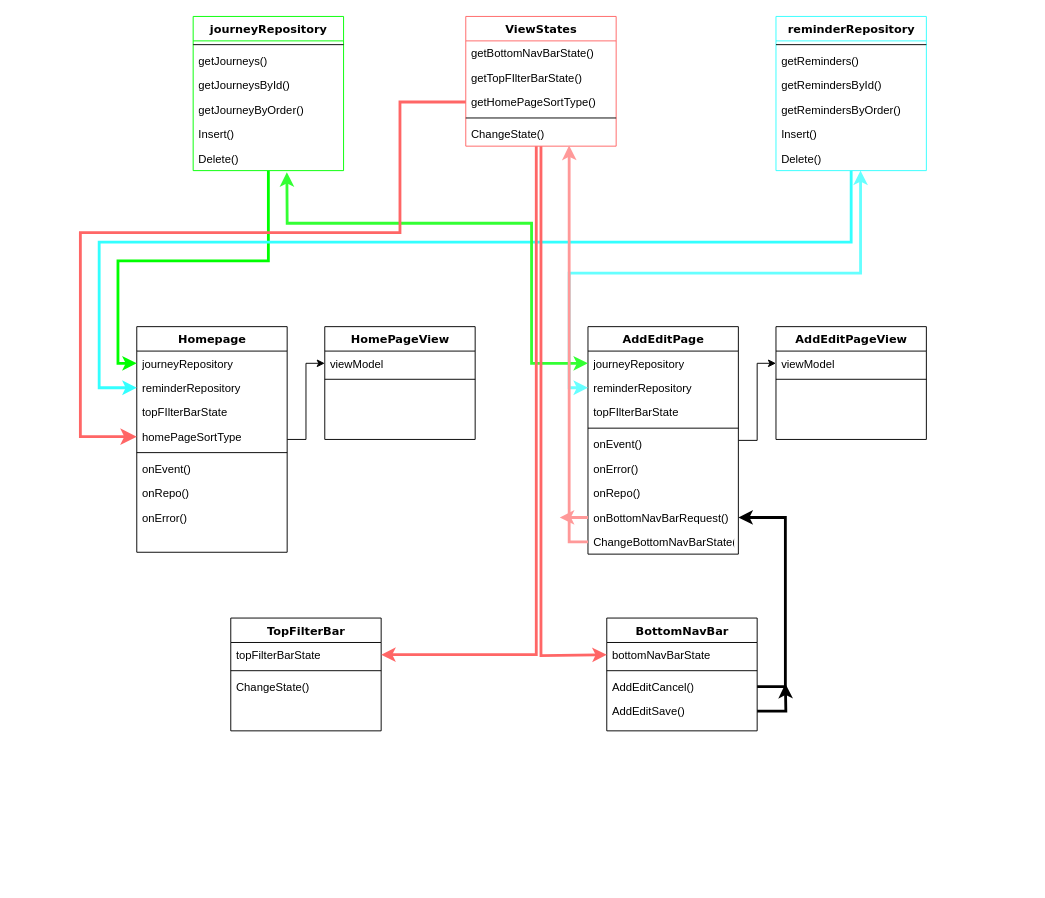
The draw.io diagram Dater_2.drawio in kanusukA/Notes, before the edit. Source tidied: cells renumbered, new cells numbered last; positions are measured from the earlier drawing's top-left corner, leaving out a move shared by most shapes. Both pictures are drawn from the tidied source at 94%, with x=0, y=0 at pixel (80, 16).
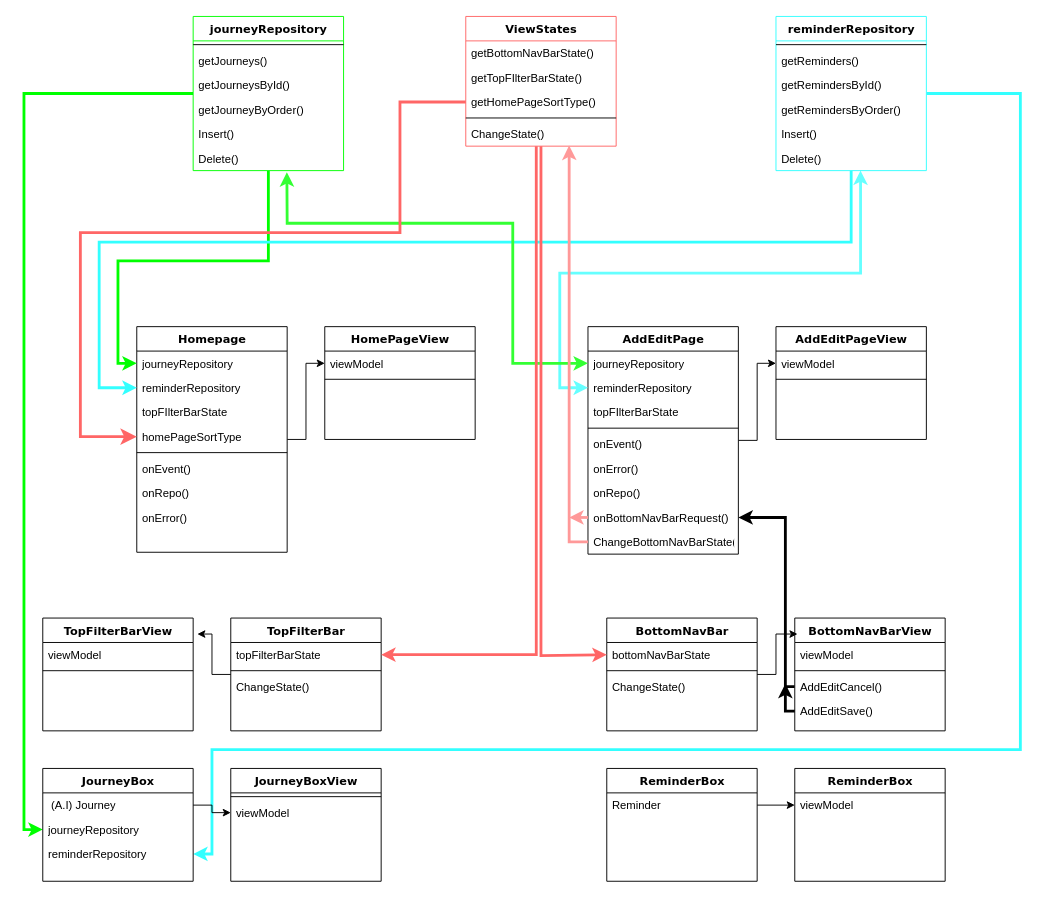
After the change.

Unchanged cells that the change refers to:
```xml
<mxCell id="13" value="AddEditPage" style="swimlane;html=1;fontStyle=1;align=center;verticalAlign=top;horizontal=1;startSize=26;swimlaneFillColor=#ffffff;rounded=0;shadow=0;comic=0;labelBackgroundColor=none;strokeWidth=1;fillColor=none;fontFamily=Verdana;fontSize=12;" parent="1" vertex="1">
  <mxGeometry x="540" y="330" width="160" height="242" as="geometry" />
</mxCell>
<mxCell id="14" value="journeyRepository" style="text;html=1;strokeColor=none;fillColor=none;align=left;verticalAlign=top;spacingLeft=4;spacingRight=4;whiteSpace=wrap;overflow=hidden;points=[[0,0.5],[1,0.5]];portConstraint=eastwest;" parent="13" vertex="1">
  <mxGeometry y="26" width="160" height="26" as="geometry" />
</mxCell>
<mxCell id="15" value="reminderRepository" style="text;html=1;strokeColor=none;fillColor=none;align=left;verticalAlign=top;spacingLeft=4;spacingRight=4;whiteSpace=wrap;overflow=hidden;points=[[0,0.5],[1,0.5]];portConstraint=eastwest;" parent="13" vertex="1">
  <mxGeometry y="52" width="160" height="26" as="geometry" />
</mxCell>
<mxCell id="22" value="onBottomNavBarRequest()" style="text;html=1;strokeColor=none;fillColor=none;align=left;verticalAlign=top;spacingLeft=4;spacingRight=4;whiteSpace=wrap;overflow=hidden;points=[[0,0.5],[1,0.5]];portConstraint=eastwest;" parent="13" vertex="1">
  <mxGeometry y="190" width="160" height="26" as="geometry" />
</mxCell>
<mxCell id="24" value="BottomNavBar" style="swimlane;html=1;fontStyle=1;align=center;verticalAlign=top;horizontal=1;startSize=26;swimlaneFillColor=#ffffff;rounded=0;shadow=0;comic=0;labelBackgroundColor=none;strokeWidth=1;fillColor=none;fontFamily=Verdana;fontSize=12;" parent="1" vertex="1">
  <mxGeometry x="560" y="640" width="160" height="120" as="geometry" />
</mxCell>
<mxCell id="30" value="TopFilterBar" style="swimlane;html=1;fontStyle=1;align=center;verticalAlign=top;horizontal=1;startSize=26;swimlaneFillColor=#ffffff;rounded=0;shadow=0;comic=0;labelBackgroundColor=none;strokeWidth=1;fillColor=none;fontFamily=Verdana;fontSize=12;" parent="1" vertex="1">
  <mxGeometry x="160" y="640" width="160" height="120" as="geometry" />
</mxCell>
<mxCell id="41" value="journeyRepository" style="swimlane;html=1;fontStyle=1;align=center;verticalAlign=top;horizontal=1;startSize=26;swimlaneFillColor=#ffffff;rounded=0;shadow=0;comic=0;labelBackgroundColor=none;strokeWidth=1;fillColor=none;fontFamily=Verdana;fontSize=12;strokeColor=#00FF00;" parent="1" vertex="1">
  <mxGeometry x="120" width="160" height="164" as="geometry" />
</mxCell>
<mxCell id="47" value="Delete()" style="text;html=1;strokeColor=none;fillColor=none;align=left;verticalAlign=top;spacingLeft=4;spacingRight=4;whiteSpace=wrap;overflow=hidden;points=[[0,0.5],[1,0.5]];portConstraint=eastwest;" parent="41" vertex="1">
  <mxGeometry y="138" width="160" height="26" as="geometry" />
</mxCell>
<mxCell id="50" value="reminderRepository" style="swimlane;html=1;fontStyle=1;align=center;verticalAlign=top;horizontal=1;startSize=26;swimlaneFillColor=#ffffff;rounded=0;shadow=0;comic=0;labelBackgroundColor=none;strokeWidth=1;fillColor=none;fontFamily=Verdana;fontSize=12;strokeColor=#33FFFF;" parent="1" vertex="1">
  <mxGeometry x="740" width="160" height="164" as="geometry" />
</mxCell>
```

Diff of the diagram source:
```diff
@@
     <mxCell id="21" style="edgeStyle=orthogonalEdgeStyle;rounded=0;jettySize=auto;html=1;strokeWidth=3;strokeColor=#FF9999;" parent="13" edge="1" source="22">
       <mxGeometry relative="1" as="geometry">
-        <mxPoint x="-30" y="203" as="targetPoint" />
+        <mxPoint x="-20" y="203" as="targetPoint" />
       </mxGeometry>
     </mxCell>
@@
-    <mxCell id="27" value="AddEditCancel()" style="text;html=1;strokeColor=none;fillColor=none;align=left;verticalAlign=top;spacingLeft=4;spacingRight=4;whiteSpace=wrap;overflow=hidden;points=[[0,0.5],[1,0.5]];portConstraint=eastwest;" parent="24" vertex="1">
-      <mxGeometry y="60" width="160" height="26" as="geometry" />
-    </mxCell>
-    <mxCell id="28" style="edgeStyle=orthogonalEdgeStyle;rounded=0;jettySize=auto;html=1;strokeWidth=3;" parent="24" edge="1" source="29">
-      <mxGeometry relative="1" as="geometry">
-        <mxPoint x="190" y="70" as="targetPoint" />
-      </mxGeometry>
-    </mxCell>
-    <mxCell id="29" value="AddEditSave()" style="text;html=1;strokeColor=none;fillColor=none;align=left;verticalAlign=top;spacingLeft=4;spacingRight=4;whiteSpace=wrap;overflow=hidden;points=[[0,0.5],[1,0.5]];portConstraint=eastwest;" parent="24" vertex="1">
-      <mxGeometry y="86" width="160" height="26" as="geometry" />
-    </mxCell>
+    <mxCell id="69" value="ChangeState()" style="text;html=1;strokeColor=none;fillColor=none;align=left;verticalAlign=top;spacingLeft=4;spacingRight=4;whiteSpace=wrap;overflow=hidden;" parent="24" vertex="1">
+      <mxGeometry y="60" width="160" height="26" as="geometry" />
+    </mxCell>
@@
+    <mxCell id="70" style="edgeStyle=orthogonalEdgeStyle;rounded=0;jettySize=auto;html=1;entryX=0;entryY=0.5;entryDx=0;entryDy=0;strokeWidth=3;strokeColor=#00FF00;" parent="1" edge="1" source="41" target="83">
+      <mxGeometry relative="1" as="geometry">
+        <Array as="points">
+          <mxPoint x="-60" y="82" />
+          <mxPoint x="-60" y="865" />
+        </Array>
+      </mxGeometry>
+    </mxCell>
@@
     <mxCell id="48" style="edgeStyle=orthogonalEdgeStyle;rounded=0;jettySize=auto;html=1;entryX=0;entryY=0.5;entryDx=0;entryDy=0;strokeColor=#66FFFF;startArrow=classic;startFill=1;strokeWidth=3;" parent="1" edge="1" source="50" target="15">
       <mxGeometry relative="1" as="geometry">
         <Array as="points">
           <mxPoint x="830" y="273" />
-          <mxPoint x="520" y="273" />
-          <mxPoint x="520" y="395" />
+          <mxPoint x="510" y="273" />
+          <mxPoint x="510" y="395" />
         </Array>
       </mxGeometry>
     </mxCell>
@@
+    <mxCell id="71" style="edgeStyle=orthogonalEdgeStyle;rounded=0;jettySize=auto;html=1;entryX=1;entryY=0.5;entryDx=0;entryDy=0;strokeWidth=3;strokeColor=#33FFFF;" parent="1" edge="1" source="50" target="84">
+      <mxGeometry relative="1" as="geometry">
+        <Array as="points">
+          <mxPoint x="1000" y="82" />
+          <mxPoint x="1000" y="780" />
+          <mxPoint x="140" y="780" />
+          <mxPoint x="140" y="891" />
+        </Array>
+      </mxGeometry>
+    </mxCell>
@@
     <mxCell id="57" style="endArrow=classic;startArrow=classic;html=1;rounded=0;entryX=0;entryY=0.5;entryDx=0;entryDy=0;exitX=0.623;exitY=1.063;exitDx=0;exitDy=0;strokeWidth=3;strokeColor=#33FF33;exitPerimeter=0;" parent="1" edge="1" source="47" target="14">
       <mxGeometry relative="1" as="geometry">
         <Array as="points">
           <mxPoint x="220" y="220" />
           <mxPoint x="360" y="220" />
-          <mxPoint x="480" y="220" />
-          <mxPoint x="480" y="369" />
+          <mxPoint x="460" y="220" />
+          <mxPoint x="460" y="300" />
+          <mxPoint x="460" y="369" />
         </Array>
       </mxGeometry>
     </mxCell>
@@
+    <mxCell id="72" value="TopFilterBarView&lt;br&gt;" style="swimlane;html=1;fontStyle=1;align=center;verticalAlign=top;horizontal=1;startSize=26;swimlaneFillColor=#ffffff;rounded=0;shadow=0;comic=0;labelBackgroundColor=none;strokeWidth=1;fillColor=none;fontFamily=Verdana;fontSize=12;" parent="1" vertex="1">
+      <mxGeometry x="-40" y="640" width="160" height="120" as="geometry" />
+    </mxCell>
+    <mxCell id="73" value="viewModel" style="text;html=1;strokeColor=none;fillColor=none;align=left;verticalAlign=top;spacingLeft=4;spacingRight=4;whiteSpace=wrap;overflow=hidden;" parent="72" vertex="1">
+      <mxGeometry y="26" width="160" height="26" as="geometry" />
+    </mxCell>
+    <mxCell id="74" style="line;html=1;strokeWidth=1;fillColor=none;align=left;verticalAlign=middle;spacingTop=-1;spacingLeft=3;spacingRight=3;labelPosition=right;" parent="72" vertex="1">
+      <mxGeometry y="52" width="160" height="8" as="geometry" />
+    </mxCell>
+    <mxCell id="75" style="edgeStyle=orthogonalEdgeStyle;rounded=0;jettySize=auto;html=1;entryX=1.028;entryY=0.142;entryDx=0;entryDy=0;entryPerimeter=0;" parent="1" edge="1" source="30" target="72">
+      <mxGeometry relative="1" as="geometry" />
+    </mxCell>
+    <mxCell id="76" value="BottomNavBarView&lt;br&gt;" style="swimlane;html=1;fontStyle=1;align=center;verticalAlign=top;horizontal=1;startSize=26;swimlaneFillColor=#ffffff;rounded=0;shadow=0;comic=0;labelBackgroundColor=none;strokeWidth=1;fillColor=none;fontFamily=Verdana;fontSize=12;" parent="1" vertex="1">
+      <mxGeometry x="760" y="640" width="160" height="120" as="geometry" />
+    </mxCell>
+    <mxCell id="77" value="viewModel&lt;br&gt;" style="text;html=1;strokeColor=none;fillColor=none;align=left;verticalAlign=top;spacingLeft=4;spacingRight=4;whiteSpace=wrap;overflow=hidden;" parent="76" vertex="1">
+      <mxGeometry y="26" width="160" height="26" as="geometry" />
+    </mxCell>
+    <mxCell id="78" style="line;html=1;strokeWidth=1;fillColor=none;align=left;verticalAlign=middle;spacingTop=-1;spacingLeft=3;spacingRight=3;labelPosition=right;" parent="76" vertex="1">
+      <mxGeometry y="52" width="160" height="8" as="geometry" />
+    </mxCell>
+    <mxCell id="27" value="AddEditCancel()" style="text;html=1;strokeColor=none;fillColor=none;align=left;verticalAlign=top;spacingLeft=4;spacingRight=4;whiteSpace=wrap;overflow=hidden;points=[[0,0.5],[1,0.5]];portConstraint=eastwest;" parent="76" vertex="1">
+      <mxGeometry y="60" width="160" height="26" as="geometry" />
+    </mxCell>
+    <mxCell id="79" style="edgeStyle=orthogonalEdgeStyle;rounded=0;jettySize=auto;html=1;strokeWidth=3;" parent="76" edge="1" source="29">
+      <mxGeometry relative="1" as="geometry">
+        <mxPoint x="-10" y="70" as="targetPoint" />
+        <Array as="points">
+          <mxPoint x="-10" y="99" />
+        </Array>
+      </mxGeometry>
+    </mxCell>
+    <mxCell id="29" value="AddEditSave()" style="text;html=1;strokeColor=none;fillColor=none;align=left;verticalAlign=top;spacingLeft=4;spacingRight=4;whiteSpace=wrap;overflow=hidden;points=[[0,0.5],[1,0.5]];portConstraint=eastwest;" parent="76" vertex="1">
+      <mxGeometry y="86" width="160" height="26" as="geometry" />
+    </mxCell>
+    <mxCell id="80" style="edgeStyle=orthogonalEdgeStyle;rounded=0;jettySize=auto;html=1;entryX=0.018;entryY=0.142;entryDx=0;entryDy=0;entryPerimeter=0;" parent="1" edge="1" source="24" target="76">
+      <mxGeometry relative="1" as="geometry" />
+    </mxCell>
+    <mxCell id="81" value="JourneyBox" style="swimlane;html=1;fontStyle=1;align=center;verticalAlign=top;horizontal=1;startSize=26;swimlaneFillColor=#ffffff;rounded=0;shadow=0;comic=0;labelBackgroundColor=none;strokeWidth=1;fillColor=none;fontFamily=Verdana;fontSize=12;" parent="1" vertex="1">
+      <mxGeometry x="-40" y="800" width="160" height="120" as="geometry" />
+    </mxCell>
+    <mxCell id="82" value="&amp;nbsp;(A.I) Journey" style="text;html=1;strokeColor=none;fillColor=none;align=left;verticalAlign=top;spacingLeft=4;spacingRight=4;whiteSpace=wrap;overflow=hidden;points=[[0,0.5],[1,0.5]];portConstraint=eastwest;" parent="81" vertex="1">
+      <mxGeometry y="26" width="160" height="26" as="geometry" />
+    </mxCell>
+    <mxCell id="83" value="journeyRepository" style="text;html=1;strokeColor=none;fillColor=none;align=left;verticalAlign=top;spacingLeft=4;spacingRight=4;whiteSpace=wrap;overflow=hidden;points=[[0,0.5],[1,0.5]];portConstraint=eastwest;" parent="81" vertex="1">
+      <mxGeometry y="52" width="160" height="26" as="geometry" />
+    </mxCell>
+    <mxCell id="84" value="reminderRepository" style="text;html=1;strokeColor=none;fillColor=none;align=left;verticalAlign=top;spacingLeft=4;spacingRight=4;whiteSpace=wrap;overflow=hidden;points=[[0,0.5],[1,0.5]];portConstraint=eastwest;" parent="81" vertex="1">
+      <mxGeometry y="78" width="160" height="26" as="geometry" />
+    </mxCell>
+    <mxCell id="85" value="JourneyBoxView" style="swimlane;html=1;fontStyle=1;align=center;verticalAlign=top;horizontal=1;startSize=26;swimlaneFillColor=#ffffff;rounded=0;shadow=0;comic=0;labelBackgroundColor=none;strokeWidth=1;fillColor=none;fontFamily=Verdana;fontSize=12;" parent="1" vertex="1">
+      <mxGeometry x="160" y="800" width="160" height="120" as="geometry" />
+    </mxCell>
+    <mxCell id="86" style="line;html=1;strokeWidth=1;fillColor=none;align=left;verticalAlign=middle;spacingTop=-1;spacingLeft=3;spacingRight=3;labelPosition=right;" parent="85" vertex="1">
+      <mxGeometry y="26" width="160" height="8" as="geometry" />
+    </mxCell>
+    <mxCell id="87" value="viewModel" style="text;html=1;strokeColor=none;fillColor=none;align=left;verticalAlign=top;spacingLeft=4;spacingRight=4;whiteSpace=wrap;overflow=hidden;points=[[0,0.5],[1,0.5]];portConstraint=eastwest;" parent="85" vertex="1">
+      <mxGeometry y="34" width="160" height="26" as="geometry" />
+    </mxCell>
+    <mxCell id="88" style="edgeStyle=orthogonalEdgeStyle;rounded=0;jettySize=auto;html=1;" parent="1" edge="1" source="82" target="87">
+      <mxGeometry relative="1" as="geometry" />
+    </mxCell>
+    <mxCell id="89" value="ReminderBox" style="swimlane;html=1;fontStyle=1;align=center;verticalAlign=top;horizontal=1;startSize=26;swimlaneFillColor=#ffffff;rounded=0;shadow=0;comic=0;labelBackgroundColor=none;strokeWidth=1;fillColor=none;fontFamily=Verdana;fontSize=12;" parent="1" vertex="1">
+      <mxGeometry x="560" y="800" width="160" height="120" as="geometry" />
+    </mxCell>
+    <mxCell id="90" value="Reminder" style="text;html=1;strokeColor=none;fillColor=none;align=left;verticalAlign=top;spacingLeft=4;spacingRight=4;whiteSpace=wrap;overflow=hidden;points=[[0,0.5],[1,0.5]];portConstraint=eastwest;" parent="89" vertex="1">
+      <mxGeometry y="26" width="160" height="26" as="geometry" />
+    </mxCell>
+    <mxCell id="91" value="ReminderBox" style="swimlane;html=1;fontStyle=1;align=center;verticalAlign=top;horizontal=1;startSize=26;swimlaneFillColor=#ffffff;rounded=0;shadow=0;comic=0;labelBackgroundColor=none;strokeWidth=1;fillColor=none;fontFamily=Verdana;fontSize=12;" parent="1" vertex="1">
+      <mxGeometry x="760" y="800" width="160" height="120" as="geometry" />
+    </mxCell>
+    <mxCell id="92" value="viewModel" style="text;html=1;strokeColor=none;fillColor=none;align=left;verticalAlign=top;spacingLeft=4;spacingRight=4;whiteSpace=wrap;overflow=hidden;points=[[0,0.5],[1,0.5]];portConstraint=eastwest;" parent="91" vertex="1">
+      <mxGeometry y="26" width="160" height="26" as="geometry" />
+    </mxCell>
+    <mxCell id="93" style="edgeStyle=orthogonalEdgeStyle;rounded=0;jettySize=auto;html=1;entryX=0;entryY=0.5;entryDx=0;entryDy=0;" parent="1" edge="1" source="90" target="92">
+      <mxGeometry relative="1" as="geometry" />
+    </mxCell>
```
